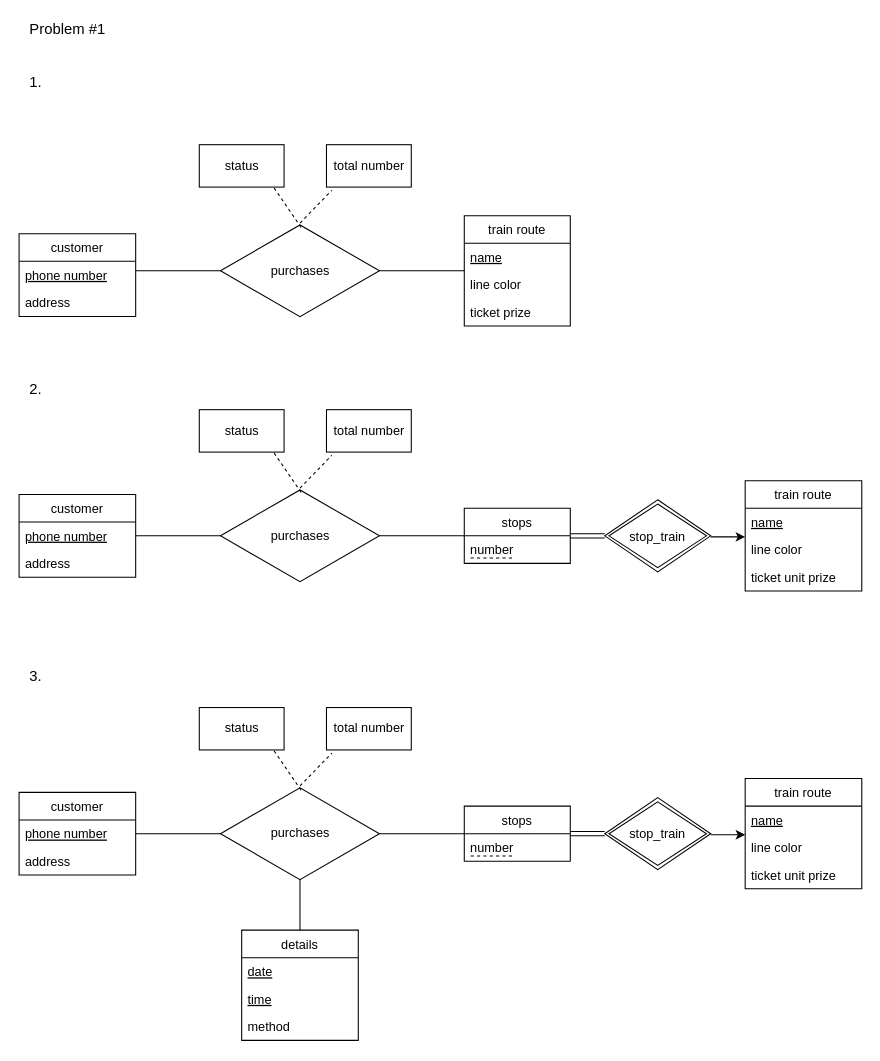
Earlier version of the draw.io diagram page "Page-1" (1 of 4) of Untitled Diagram.drawio (RomolaZhang/Databases). Source tidied: cells renumbered, new cells numbered last; positions are measured from the earlier drawing's top-left corner, leaving out a move shared by most shapes. Both pictures are drawn from the tidied source at 106%, with x=0, y=0 at pixel (18, 18).
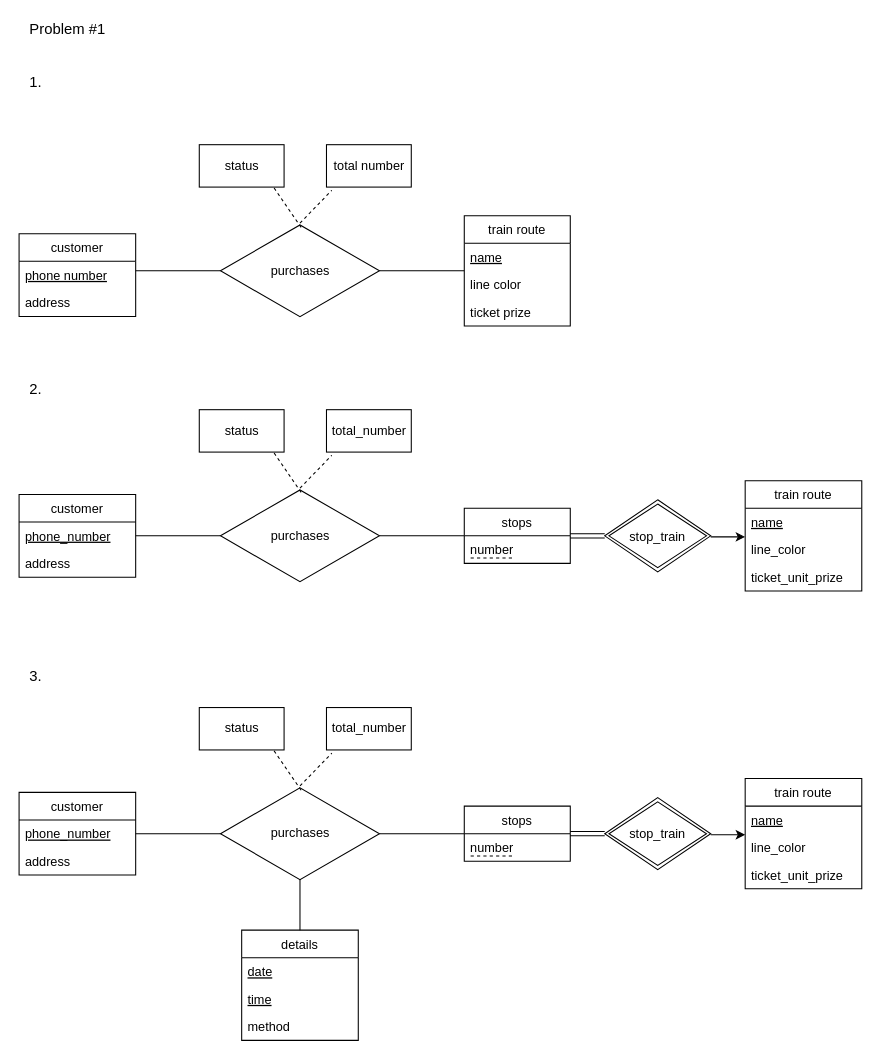
After the change.

The change refers to these unchanged cells:
```xml
<mxCell id="16" value="customer" style="swimlane;fontStyle=0;horizontal=1;startSize=26;fillColor=none;" parent="1" vertex="1">
  <mxGeometry x="0.5" y="449" width="110" height="78" as="geometry" />
</mxCell>
<mxCell id="29" value="train route" style="swimlane;fontStyle=0;horizontal=1;startSize=26;fillColor=none;" parent="1" vertex="1">
  <mxGeometry x="685.5" y="436" width="110" height="104" as="geometry" />
</mxCell>
<mxCell id="36" value="customer" style="swimlane;fontStyle=0;horizontal=1;startSize=26;fillColor=none;" parent="1" vertex="1">
  <mxGeometry x="0.5" y="730" width="110" height="78" as="geometry" />
</mxCell>
<mxCell id="49" value="train route" style="swimlane;fontStyle=0;horizontal=1;startSize=26;fillColor=none;" parent="1" vertex="1">
  <mxGeometry x="685.5" y="717" width="110" height="104" as="geometry" />
</mxCell>
```

Change to the diagram source:
```diff
@@
-    <mxCell id="17" value="phone number" style="text;strokeColor=none;fillColor=none;align=left;verticalAlign=top;spacingLeft=4;spacingRight=4;overflow=hidden;fontStyle=4;" parent="16" vertex="1">
+    <mxCell id="17" value="phone_number" style="text;strokeColor=none;fillColor=none;align=left;verticalAlign=top;spacingLeft=4;spacingRight=4;overflow=hidden;fontStyle=4;" parent="16" vertex="1">
       <mxGeometry y="26" width="110" height="26" as="geometry" />
     </mxCell>
@@
-    <mxCell id="24" value="total number" style="rounded=0;whiteSpace=wrap;html=1;" parent="1" vertex="1">
+    <mxCell id="24" value="total_number" style="rounded=0;whiteSpace=wrap;html=1;" parent="1" vertex="1">
       <mxGeometry x="290.5" y="369" width="80" height="40" as="geometry" />
     </mxCell>
@@
-    <mxCell id="31" value="line color" style="text;strokeColor=none;fillColor=none;align=left;verticalAlign=top;spacingLeft=4;spacingRight=4;overflow=hidden;" parent="29" vertex="1">
+    <mxCell id="31" value="line_color" style="text;strokeColor=none;fillColor=none;align=left;verticalAlign=top;spacingLeft=4;spacingRight=4;overflow=hidden;" parent="29" vertex="1">
       <mxGeometry y="52" width="110" height="26" as="geometry" />
     </mxCell>
-    <mxCell id="32" value="ticket unit prize" style="text;strokeColor=none;fillColor=none;align=left;verticalAlign=top;spacingLeft=4;spacingRight=4;overflow=hidden;" parent="29" vertex="1">
+    <mxCell id="32" value="ticket_unit_prize" style="text;strokeColor=none;fillColor=none;align=left;verticalAlign=top;spacingLeft=4;spacingRight=4;overflow=hidden;" parent="29" vertex="1">
       <mxGeometry y="78" width="110" height="26" as="geometry" />
     </mxCell>
@@
-    <mxCell id="37" value="phone number" style="text;strokeColor=none;fillColor=none;align=left;verticalAlign=top;spacingLeft=4;spacingRight=4;overflow=hidden;fontStyle=4;" parent="36" vertex="1">
+    <mxCell id="37" value="phone_number" style="text;strokeColor=none;fillColor=none;align=left;verticalAlign=top;spacingLeft=4;spacingRight=4;overflow=hidden;fontStyle=4;" parent="36" vertex="1">
       <mxGeometry y="26" width="110" height="26" as="geometry" />
     </mxCell>
@@
-    <mxCell id="44" value="total number" style="rounded=0;whiteSpace=wrap;html=1;" parent="1" vertex="1">
+    <mxCell id="44" value="total_number" style="rounded=0;whiteSpace=wrap;html=1;" parent="1" vertex="1">
       <mxGeometry x="290.5" y="650" width="80" height="40" as="geometry" />
     </mxCell>
@@
-    <mxCell id="51" value="line color" style="text;strokeColor=none;fillColor=none;align=left;verticalAlign=top;spacingLeft=4;spacingRight=4;overflow=hidden;" parent="49" vertex="1">
+    <mxCell id="51" value="line_color" style="text;strokeColor=none;fillColor=none;align=left;verticalAlign=top;spacingLeft=4;spacingRight=4;overflow=hidden;" parent="49" vertex="1">
       <mxGeometry y="52" width="110" height="26" as="geometry" />
     </mxCell>
-    <mxCell id="52" value="ticket unit prize" style="text;strokeColor=none;fillColor=none;align=left;verticalAlign=top;spacingLeft=4;spacingRight=4;overflow=hidden;" parent="49" vertex="1">
+    <mxCell id="52" value="ticket_unit_prize" style="text;strokeColor=none;fillColor=none;align=left;verticalAlign=top;spacingLeft=4;spacingRight=4;overflow=hidden;" parent="49" vertex="1">
       <mxGeometry y="78" width="110" height="26" as="geometry" />
     </mxCell>
```
